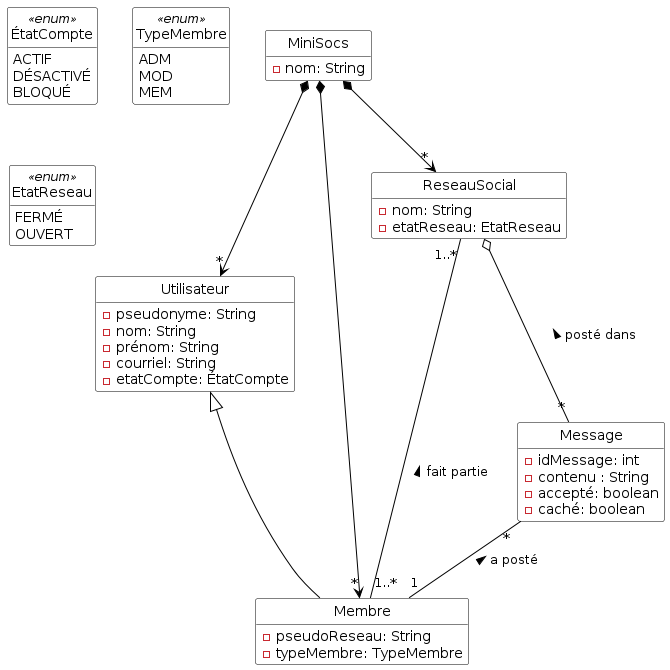
The PlantUML diagram Diagrammes/minisocs_uml_diag_classes_sans_notif.png in ThELud0/Minisocs, before a commit.
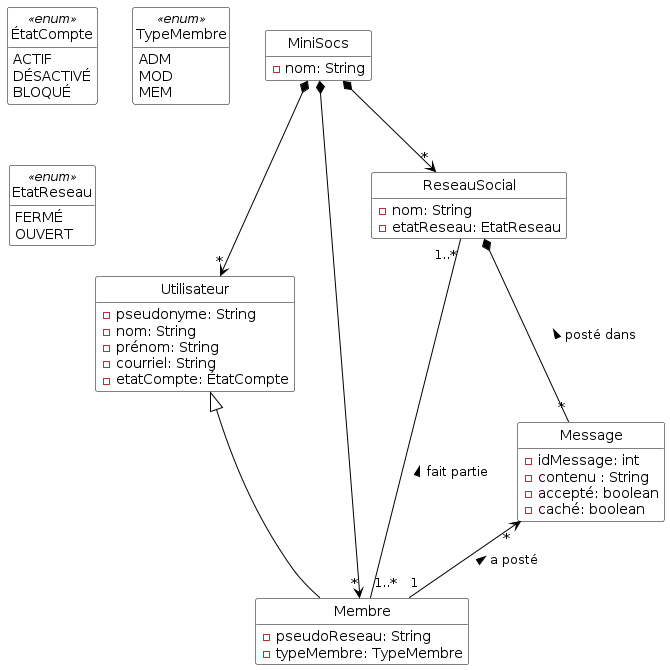
After the change.

Commit message:
1er raffinement diagramme de classes

The edit, as a diff of the source:
```diff
@@ -54,8 +54,8 @@
 MiniSocs *--> "*" ReseauSocial
 Utilisateur <|-- Membre
 ReseauSocial "1..*" -- "1..*" Membre : < fait partie
-Message "*" -- "1" Membre : < a posté
-ReseauSocial o-- "*" Message : < posté dans
+Message "*"<-- "1" Membre : < a posté
+ReseauSocial *-- "*" Message : < posté dans
 
 
 @enduml
```
